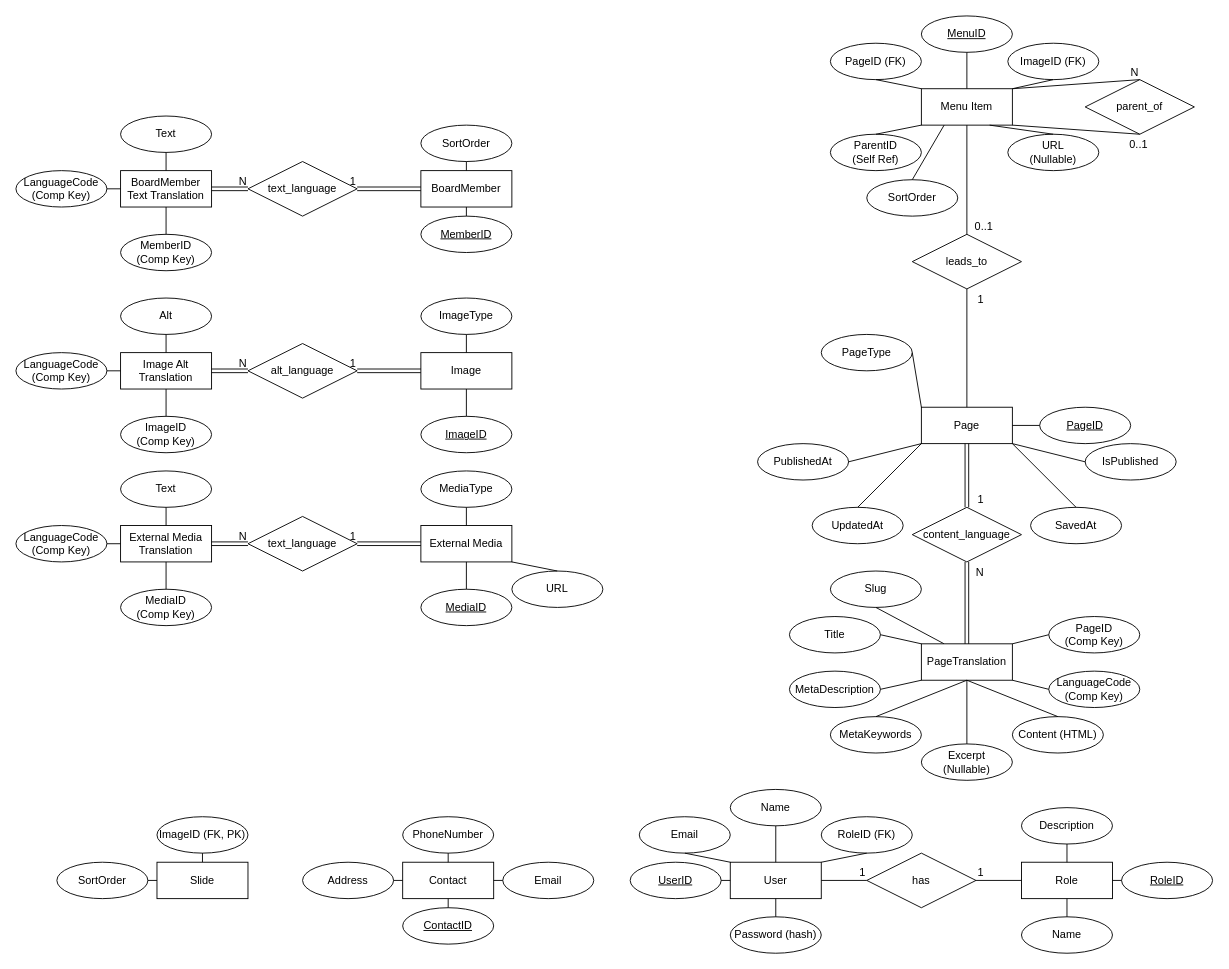
Before: ER-diagram.drawio in C4ndyFl4mes/MalgomajFVOFCMS, a draw.io diagram. Source tidied: cells renumbered, new cells numbered last; positions are measured from the earlier drawing's top-left corner, leaving out a move shared by most shapes. Both pictures are drawn from the tidied source at 91%, with x=0, y=0 at pixel (15, 15).
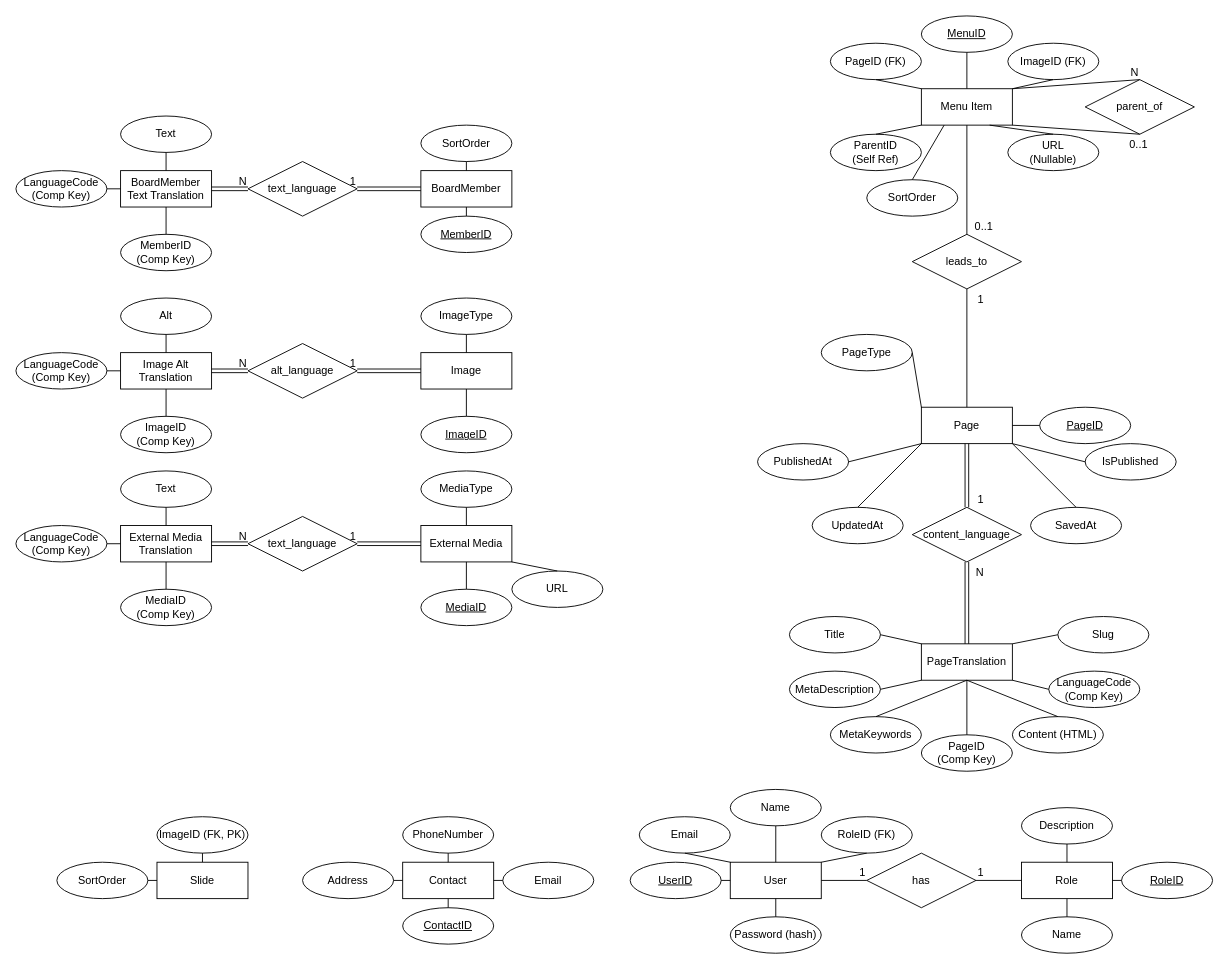
Above is the later version.

Unchanged cells that the change refers to:
```xml
<mxCell id="83" value="PageTranslation" style="whiteSpace=wrap;html=1;align=center;" parent="1" vertex="1">
  <mxGeometry x="995" y="690" width="100" height="40" as="geometry" />
</mxCell>
```

Change to the diagram source:
```diff
@@
     <mxCell id="32" value="Slug" style="ellipse;whiteSpace=wrap;html=1;align=center;" parent="1" vertex="1">
-      <mxGeometry x="895" y="610" width="100" height="40" as="geometry" />
+      <mxGeometry x="1145" y="660" width="100" height="40" as="geometry" />
     </mxCell>
@@
-    <mxCell id="37" style="endArrow=none;html=1;rounded=0;exitX=0.5;exitY=1;exitDx=0;exitDy=0;entryX=0.25;entryY=0;entryDx=0;entryDy=0;" parent="1" edge="1" source="32" target="83">
+    <mxCell id="37" style="endArrow=none;html=1;rounded=0;exitX=0;exitY=0.5;exitDx=0;exitDy=0;entryX=1;entryY=0;entryDx=0;entryDy=0;" parent="1" edge="1" source="32" target="83">
       <mxGeometry relative="1" as="geometry" />
     </mxCell>
@@
     <mxCell id="89" value="PageID&lt;div&gt;(Comp Key)&lt;/div&gt;" style="ellipse;whiteSpace=wrap;html=1;align=center;" parent="1" vertex="1">
-      <mxGeometry x="1135" y="660" width="100" height="40" as="geometry" />
+      <mxGeometry x="995" y="790" width="100" height="40" as="geometry" />
     </mxCell>
@@
-    <mxCell id="98" style="endArrow=none;html=1;rounded=0;exitX=1;exitY=0;exitDx=0;exitDy=0;entryX=0;entryY=0.5;entryDx=0;entryDy=0;" parent="1" edge="1" source="83" target="89">
+    <mxCell id="98" style="endArrow=none;html=1;rounded=0;exitX=0.5;exitY=1;exitDx=0;exitDy=0;entryX=0.5;entryY=0;entryDx=0;entryDy=0;" parent="1" edge="1" source="83" target="89">
       <mxGeometry relative="1" as="geometry" />
     </mxCell>
@@
-    <mxCell id="129" value="Excerpt&lt;div&gt;(Nullable)&lt;/div&gt;" style="ellipse;whiteSpace=wrap;html=1;align=center;" parent="1" vertex="1">
-      <mxGeometry x="995" y="800" width="100" height="40" as="geometry" />
-    </mxCell>
-    <mxCell id="130" style="endArrow=none;html=1;rounded=0;exitX=0.5;exitY=1;exitDx=0;exitDy=0;entryX=0.5;entryY=0;entryDx=0;entryDy=0;" parent="1" edge="1" source="83" target="129">
-      <mxGeometry relative="1" as="geometry" />
-    </mxCell>
```
